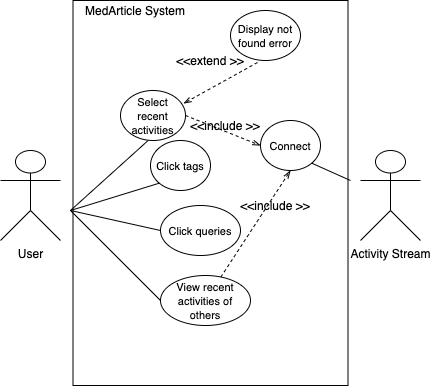
Earlier version of the draw.io export images/diagrams/Activity Use Case.png (selinkocakusak/swe573). Source tidied: cells renumbered, new cells last; positions are measured from the earlier drawing's top-left corner, leaving out a move shared by most shapes. Source of this version:
```xml
<mxGraphModel background="#ffffff">
  <root>
    <mxCell id="0" />
    <mxCell id="1" parent="0" />
    <mxCell id="2" value="User" style="shape=umlActor;verticalLabelPosition=bottom;verticalAlign=top;html=1;" parent="1" vertex="1">
      <mxGeometry y="150" width="60" height="90" as="geometry" />
    </mxCell>
    <mxCell id="3" value="&lt;font style=&quot;font-size: 11px&quot;&gt;Click queries&lt;/font&gt;" style="ellipse;whiteSpace=wrap;html=1;" parent="1" vertex="1">
      <mxGeometry x="160" y="205" width="80" height="50" as="geometry" />
    </mxCell>
    <mxCell id="4" style="endArrow=none;endFill=0;endSize=12;html=1;entryX=0;entryY=0.5;entryDx=0;entryDy=0;" parent="1" edge="1" target="3">
      <mxGeometry relative="1" as="geometry">
        <mxPoint x="70" y="210" as="sourcePoint" />
      </mxGeometry>
    </mxCell>
    <mxCell id="5" style="endArrow=none;endFill=0;endSize=12;html=1;entryX=0;entryY=0.5;entryDx=0;entryDy=0;" parent="1" edge="1" target="7">
      <mxGeometry relative="1" as="geometry">
        <mxPoint x="70" y="210" as="sourcePoint" />
      </mxGeometry>
    </mxCell>
    <mxCell id="6" style="endArrow=openThin;endFill=0;html=1;dashed=1;rounded=0;exitX=1;exitY=0.5;exitDx=0;exitDy=0;entryX=0;entryY=0.5;entryDx=0;entryDy=0;" parent="1" edge="1" source="16" target="19">
      <mxGeometry relative="1" as="geometry" />
    </mxCell>
    <mxCell id="7" value="&lt;font style=&quot;font-size: 11px&quot;&gt;View recent activities of others&lt;br&gt;&lt;/font&gt;" style="ellipse;whiteSpace=wrap;html=1;" parent="1" vertex="1">
      <mxGeometry x="160" y="275" width="90" height="50" as="geometry" />
    </mxCell>
    <mxCell id="8" value="&lt;span style=&quot;font-size: 11px&quot;&gt;Click tags&lt;/span&gt;" style="ellipse;whiteSpace=wrap;html=1;" parent="1" vertex="1">
      <mxGeometry x="150" y="140" width="60" height="50" as="geometry" />
    </mxCell>
    <mxCell id="9" style="endArrow=none;endFill=0;endSize=12;html=1;entryX=0;entryY=1;entryDx=0;entryDy=0;" parent="1" edge="1" target="8">
      <mxGeometry relative="1" as="geometry">
        <mxPoint x="70" y="210" as="sourcePoint" />
      </mxGeometry>
    </mxCell>
    <mxCell id="10" style="endArrow=none;html=1;rounded=0;" parent="1" edge="1">
      <mxGeometry relative="1" as="geometry">
        <mxPoint x="347.5" y="385" as="sourcePoint" />
        <mxPoint x="347.5" y="385" as="targetPoint" />
        <Array as="points">
          <mxPoint x="182.5" y="385" />
          <mxPoint x="72.5" y="385" />
          <mxPoint x="72.5" />
          <mxPoint x="347.5" />
        </Array>
      </mxGeometry>
    </mxCell>
    <mxCell id="11" value="MedArticle System" style="text;html=1;strokeColor=none;fillColor=none;align=center;verticalAlign=middle;whiteSpace=wrap;rounded=0;" parent="1" vertex="1">
      <mxGeometry x="60" width="150" height="20" as="geometry" />
    </mxCell>
    <mxCell id="12" value="Activity Stream" style="shape=umlActor;verticalLabelPosition=bottom;verticalAlign=top;html=1;" parent="1" vertex="1">
      <mxGeometry x="360" y="150" width="60" height="90" as="geometry" />
    </mxCell>
    <mxCell id="13" value="&lt;font style=&quot;font-size: 11px&quot;&gt;Display not found error&lt;/font&gt;" style="ellipse;whiteSpace=wrap;html=1;" parent="1" vertex="1">
      <mxGeometry x="230" y="10" width="70" height="50" as="geometry" />
    </mxCell>
    <mxCell id="14" style="endArrow=openThin;endFill=0;html=1;dashed=1;rounded=0;exitX=0.386;exitY=1.04;exitDx=0;exitDy=0;entryX=0.969;entryY=0.26;entryDx=0;entryDy=0;entryPerimeter=0;exitPerimeter=0;" parent="1" edge="1" source="13" target="16">
      <mxGeometry relative="1" as="geometry" />
    </mxCell>
    <mxCell id="15" value="&amp;lt;&amp;lt;extend &amp;gt;&amp;gt;" style="text;html=1;strokeColor=none;fillColor=none;align=center;verticalAlign=middle;whiteSpace=wrap;rounded=0;" parent="1" vertex="1">
      <mxGeometry x="160" y="50" width="100" height="20" as="geometry" />
    </mxCell>
    <mxCell id="16" value="&lt;span style=&quot;font-size: 11px&quot;&gt;Select recent activities&lt;br&gt;&lt;/span&gt;" style="ellipse;whiteSpace=wrap;html=1;" parent="1" vertex="1">
      <mxGeometry x="120" y="90" width="65" height="50" as="geometry" />
    </mxCell>
    <mxCell id="17" style="endArrow=none;endFill=0;endSize=12;html=1;entryX=0.425;entryY=1;entryDx=0;entryDy=0;entryPerimeter=0;" parent="1" edge="1" target="16">
      <mxGeometry relative="1" as="geometry">
        <mxPoint x="70" y="210" as="sourcePoint" />
      </mxGeometry>
    </mxCell>
    <mxCell id="18" value="&amp;lt;&amp;lt;include &amp;gt;&amp;gt;" style="text;html=1;strokeColor=none;fillColor=none;align=center;verticalAlign=middle;whiteSpace=wrap;rounded=0;" parent="1" vertex="1">
      <mxGeometry x="180" y="110" width="90" height="30" as="geometry" />
    </mxCell>
    <mxCell id="19" value="&lt;span style=&quot;font-size: 11px&quot;&gt;Connect&lt;/span&gt;" style="ellipse;whiteSpace=wrap;html=1;" parent="1" vertex="1">
      <mxGeometry x="260" y="120" width="60" height="50" as="geometry" />
    </mxCell>
    <mxCell id="20" style="endArrow=none;html=1;exitX=1;exitY=1;exitDx=0;exitDy=0;" parent="1" edge="1" source="19">
      <mxGeometry relative="1" as="geometry">
        <mxPoint x="350" y="180" as="targetPoint" />
      </mxGeometry>
    </mxCell>
    <mxCell id="21" value="&amp;lt;&amp;lt;include &amp;gt;&amp;gt;" style="text;html=1;strokeColor=none;fillColor=none;align=center;verticalAlign=middle;whiteSpace=wrap;rounded=0;" parent="1" vertex="1">
      <mxGeometry x="230" y="190" width="90" height="30" as="geometry" />
    </mxCell>
    <mxCell id="22" style="endArrow=openThin;endFill=0;html=1;dashed=1;rounded=0;entryX=0.5;entryY=1;entryDx=0;entryDy=0;" parent="1" edge="1" source="7" target="19">
      <mxGeometry relative="1" as="geometry" />
    </mxCell>
  </root>
</mxGraphModel>
```
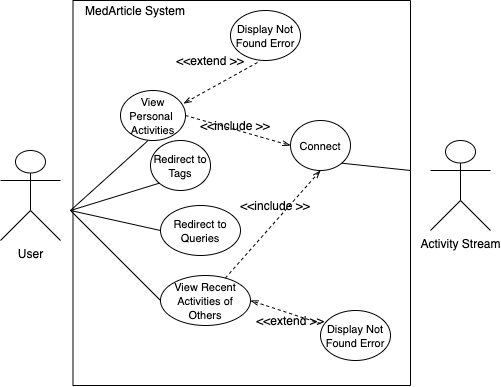
After the change.

Diff of the diagram source:
```diff
@@ -5,7 +5,7 @@
     <mxCell id="2" value="User" style="shape=umlActor;verticalLabelPosition=bottom;verticalAlign=top;html=1;" parent="1" vertex="1">
       <mxGeometry y="150" width="60" height="90" as="geometry" />
     </mxCell>
-    <mxCell id="3" value="&lt;font style=&quot;font-size: 11px&quot;&gt;Click queries&lt;/font&gt;" style="ellipse;whiteSpace=wrap;html=1;" parent="1" vertex="1">
+    <mxCell id="3" value="&lt;font style=&quot;font-size: 11px&quot;&gt;Redirect to Queries&lt;/font&gt;" style="ellipse;whiteSpace=wrap;html=1;" parent="1" vertex="1">
       <mxGeometry x="160" y="205" width="80" height="50" as="geometry" />
     </mxCell>
     <mxCell id="4" style="endArrow=none;endFill=0;endSize=12;html=1;entryX=0;entryY=0.5;entryDx=0;entryDy=0;" parent="1" edge="1" target="3">
@@ -21,10 +21,10 @@
     <mxCell id="6" style="endArrow=openThin;endFill=0;html=1;dashed=1;rounded=0;exitX=1;exitY=0.5;exitDx=0;exitDy=0;entryX=0;entryY=0.5;entryDx=0;entryDy=0;" parent="1" edge="1" source="16" target="19">
       <mxGeometry relative="1" as="geometry" />
     </mxCell>
-    <mxCell id="7" value="&lt;font style=&quot;font-size: 11px&quot;&gt;View recent activities of others&lt;br&gt;&lt;/font&gt;" style="ellipse;whiteSpace=wrap;html=1;" parent="1" vertex="1">
+    <mxCell id="7" value="&lt;font style=&quot;font-size: 11px&quot;&gt;View Recent Activities of Others&lt;br&gt;&lt;/font&gt;" style="ellipse;whiteSpace=wrap;html=1;" parent="1" vertex="1">
       <mxGeometry x="160" y="275" width="90" height="50" as="geometry" />
     </mxCell>
-    <mxCell id="8" value="&lt;span style=&quot;font-size: 11px&quot;&gt;Click tags&lt;/span&gt;" style="ellipse;whiteSpace=wrap;html=1;" parent="1" vertex="1">
+    <mxCell id="8" value="&lt;span style=&quot;font-size: 11px&quot;&gt;Redirect to Tags&lt;/span&gt;" style="ellipse;whiteSpace=wrap;html=1;" parent="1" vertex="1">
       <mxGeometry x="150" y="140" width="60" height="50" as="geometry" />
     </mxCell>
     <mxCell id="9" style="endArrow=none;endFill=0;endSize=12;html=1;entryX=0;entryY=1;entryDx=0;entryDy=0;" parent="1" edge="1" target="8">
@@ -34,13 +34,13 @@
     </mxCell>
     <mxCell id="10" style="endArrow=none;html=1;rounded=0;" parent="1" edge="1">
       <mxGeometry relative="1" as="geometry">
-        <mxPoint x="347.5" y="385" as="sourcePoint" />
-        <mxPoint x="347.5" y="385" as="targetPoint" />
+        <mxPoint x="410" y="385" as="sourcePoint" />
+        <mxPoint x="410" y="385" as="targetPoint" />
         <Array as="points">
           <mxPoint x="182.5" y="385" />
           <mxPoint x="72.5" y="385" />
           <mxPoint x="72.5" />
-          <mxPoint x="347.5" />
+          <mxPoint x="410" />
         </Array>
       </mxGeometry>
     </mxCell>
@@ -48,9 +48,9 @@
       <mxGeometry x="60" width="150" height="20" as="geometry" />
     </mxCell>
     <mxCell id="12" value="Activity Stream" style="shape=umlActor;verticalLabelPosition=bottom;verticalAlign=top;html=1;" parent="1" vertex="1">
-      <mxGeometry x="360" y="150" width="60" height="90" as="geometry" />
+      <mxGeometry x="430" y="140" width="60" height="90" as="geometry" />
     </mxCell>
-    <mxCell id="13" value="&lt;font style=&quot;font-size: 11px&quot;&gt;Display not found error&lt;/font&gt;" style="ellipse;whiteSpace=wrap;html=1;" parent="1" vertex="1">
+    <mxCell id="13" value="&lt;font style=&quot;font-size: 11px&quot;&gt;Display Not Found Error&lt;/font&gt;" style="ellipse;whiteSpace=wrap;html=1;" parent="1" vertex="1">
       <mxGeometry x="230" y="10" width="70" height="50" as="geometry" />
     </mxCell>
     <mxCell id="14" style="endArrow=openThin;endFill=0;html=1;dashed=1;rounded=0;exitX=0.386;exitY=1.04;exitDx=0;exitDy=0;entryX=0.969;entryY=0.26;entryDx=0;entryDy=0;entryPerimeter=0;exitPerimeter=0;" parent="1" edge="1" source="13" target="16">
@@ -59,7 +59,7 @@
     <mxCell id="15" value="&amp;lt;&amp;lt;extend &amp;gt;&amp;gt;" style="text;html=1;strokeColor=none;fillColor=none;align=center;verticalAlign=middle;whiteSpace=wrap;rounded=0;" parent="1" vertex="1">
       <mxGeometry x="160" y="50" width="100" height="20" as="geometry" />
     </mxCell>
-    <mxCell id="16" value="&lt;span style=&quot;font-size: 11px&quot;&gt;Select recent activities&lt;br&gt;&lt;/span&gt;" style="ellipse;whiteSpace=wrap;html=1;" parent="1" vertex="1">
+    <mxCell id="16" value="&lt;span style=&quot;font-size: 11px&quot;&gt;View Personal&amp;nbsp; Activities&lt;br&gt;&lt;/span&gt;" style="ellipse;whiteSpace=wrap;html=1;" parent="1" vertex="1">
       <mxGeometry x="120" y="90" width="65" height="50" as="geometry" />
     </mxCell>
     <mxCell id="17" style="endArrow=none;endFill=0;endSize=12;html=1;entryX=0.425;entryY=1;entryDx=0;entryDy=0;entryPerimeter=0;" parent="1" edge="1" target="16">
@@ -68,14 +68,14 @@
       </mxGeometry>
     </mxCell>
     <mxCell id="18" value="&amp;lt;&amp;lt;include &amp;gt;&amp;gt;" style="text;html=1;strokeColor=none;fillColor=none;align=center;verticalAlign=middle;whiteSpace=wrap;rounded=0;" parent="1" vertex="1">
-      <mxGeometry x="180" y="110" width="90" height="30" as="geometry" />
+      <mxGeometry x="190" y="110" width="90" height="30" as="geometry" />
     </mxCell>
     <mxCell id="19" value="&lt;span style=&quot;font-size: 11px&quot;&gt;Connect&lt;/span&gt;" style="ellipse;whiteSpace=wrap;html=1;" parent="1" vertex="1">
-      <mxGeometry x="260" y="120" width="60" height="50" as="geometry" />
+      <mxGeometry x="290" y="120" width="60" height="50" as="geometry" />
     </mxCell>
     <mxCell id="20" style="endArrow=none;html=1;exitX=1;exitY=1;exitDx=0;exitDy=0;" parent="1" edge="1" source="19">
       <mxGeometry relative="1" as="geometry">
-        <mxPoint x="350" y="180" as="targetPoint" />
+        <mxPoint x="410" y="170" as="targetPoint" />
       </mxGeometry>
     </mxCell>
     <mxCell id="21" value="&amp;lt;&amp;lt;include &amp;gt;&amp;gt;" style="text;html=1;strokeColor=none;fillColor=none;align=center;verticalAlign=middle;whiteSpace=wrap;rounded=0;" parent="1" vertex="1">
@@ -84,5 +84,14 @@
     <mxCell id="22" style="endArrow=openThin;endFill=0;html=1;dashed=1;rounded=0;entryX=0.5;entryY=1;entryDx=0;entryDy=0;" parent="1" edge="1" source="7" target="19">
       <mxGeometry relative="1" as="geometry" />
     </mxCell>
+    <mxCell id="23" value="&lt;font style=&quot;font-size: 11px&quot;&gt;Display Not Found Error&lt;/font&gt;" style="ellipse;whiteSpace=wrap;html=1;" parent="1" vertex="1">
+      <mxGeometry x="320" y="310" width="70" height="50" as="geometry" />
+    </mxCell>
+    <mxCell id="24" style="endArrow=openThin;endFill=0;html=1;dashed=1;rounded=0;exitX=0;exitY=0.26;exitDx=0;exitDy=0;entryX=1;entryY=0.5;entryDx=0;entryDy=0;exitPerimeter=0;" parent="1" edge="1" source="23" target="7">
+      <mxGeometry relative="1" as="geometry" />
+    </mxCell>
+    <mxCell id="25" value="&amp;lt;&amp;lt;extend &amp;gt;&amp;gt;" style="text;html=1;strokeColor=none;fillColor=none;align=center;verticalAlign=middle;whiteSpace=wrap;rounded=0;" parent="1" vertex="1">
+      <mxGeometry x="240" y="310" width="100" height="20" as="geometry" />
+    </mxCell>
   </root>
 </mxGraphModel>
```
